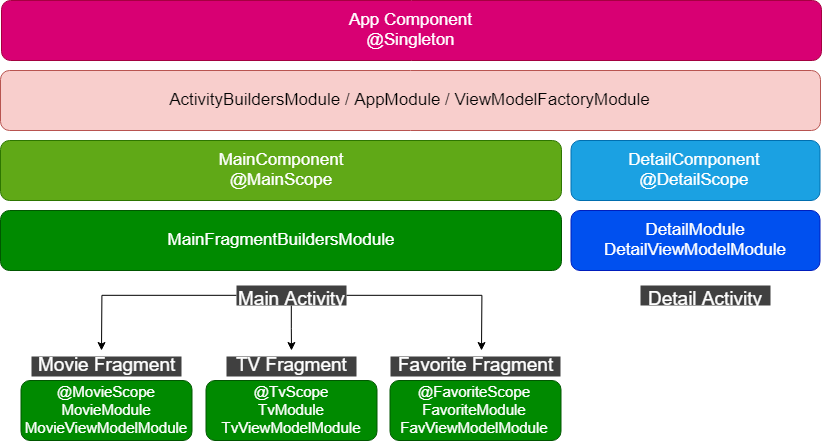
Above: Movie-CatalogueDaggerDiagram.png in andremw96/Movie-Catalogue (draw.io), before the change. Source tidied: cells renumbered, new cells last; positions are measured from the earlier drawing's top-left corner, leaving out a move shared by most shapes. Its diagram source:
```xml
<mxGraphModel>
  <root>
    <mxCell id="0" />
    <mxCell id="1" parent="0" />
    <mxCell id="2" value="App Component&lt;br style=&quot;font-size: 17px;&quot;&gt;@Singleton" style="rounded=1;whiteSpace=wrap;html=1;fillColor=#d80073;strokeColor=#A50040;fontColor=#ffffff;fontSize=17;" parent="1" vertex="1">
      <mxGeometry x="1" width="820" height="60" as="geometry" />
    </mxCell>
    <mxCell id="3" value="ActivityBuildersModule / AppModule / ViewModelFactoryModule" style="rounded=1;whiteSpace=wrap;html=1;fillColor=#f8cecc;strokeColor=#b85450;fontSize=17;fontColor=#030303;" parent="1" vertex="1">
      <mxGeometry y="70" width="820" height="60" as="geometry" />
    </mxCell>
    <mxCell id="4" value="MainComponent&lt;br&gt;@MainScope" style="rounded=1;whiteSpace=wrap;html=1;fillColor=#60a917;strokeColor=#2D7600;fontSize=17;fontColor=#ffffff;" parent="1" vertex="1">
      <mxGeometry y="140" width="561" height="60" as="geometry" />
    </mxCell>
    <mxCell id="5" value="MainFragmentBuildersModule" style="rounded=1;whiteSpace=wrap;html=1;fillColor=#008a00;strokeColor=#005700;fontSize=17;fontColor=#ffffff;" parent="1" vertex="1">
      <mxGeometry y="210" width="561" height="60" as="geometry" />
    </mxCell>
    <mxCell id="6" value="@MovieScope&lt;br style=&quot;font-size: 15px;&quot;&gt;MovieModule&lt;br style=&quot;font-size: 15px;&quot;&gt;MovieViewModelModule" style="rounded=1;whiteSpace=wrap;html=1;fontSize=15;fontColor=#ffffff;fillColor=#008a00;strokeColor=#005700;" parent="1" vertex="1">
      <mxGeometry x="20.5" y="380" width="171" height="60" as="geometry" />
    </mxCell>
    <mxCell id="7" style="edgeStyle=orthogonalEdgeStyle;rounded=0;jettySize=auto;html=1;fontSize=19;fontColor=#FFFFFF;" parent="1" edge="1" source="10">
      <mxGeometry relative="1" as="geometry">
        <mxPoint x="101" y="350" as="targetPoint" />
      </mxGeometry>
    </mxCell>
    <mxCell id="8" style="edgeStyle=orthogonalEdgeStyle;rounded=0;jettySize=auto;html=1;fontSize=19;fontColor=#FFFFFF;" parent="1" edge="1" source="10">
      <mxGeometry relative="1" as="geometry">
        <mxPoint x="291" y="350" as="targetPoint" />
      </mxGeometry>
    </mxCell>
    <mxCell id="9" style="edgeStyle=orthogonalEdgeStyle;rounded=0;jettySize=auto;html=1;fontSize=15;fontColor=#FFFFFF;" parent="1" edge="1" source="10">
      <mxGeometry relative="1" as="geometry">
        <mxPoint x="481" y="350" as="targetPoint" />
      </mxGeometry>
    </mxCell>
    <mxCell id="10" value="Main Activity" style="text;html=1;points=[];align=center;verticalAlign=top;spacingTop=-4;fontSize=19;fontColor=#FFFFFF;fillColor=#404040;" parent="1" vertex="1">
      <mxGeometry x="236" y="285" width="110" height="20" as="geometry" />
    </mxCell>
    <mxCell id="11" value="Movie Fragment" style="text;html=1;align=center;verticalAlign=middle;spacingTop=-4;fontSize=19;fontColor=#FFFFFF;fillColor=#404040;" parent="1" vertex="1">
      <mxGeometry x="31" y="356" width="150" height="20" as="geometry" />
    </mxCell>
    <mxCell id="12" value="TV Fragment" style="text;html=1;align=center;verticalAlign=middle;spacingTop=-4;fontSize=19;fontColor=#FFFFFF;fillColor=#404040;" parent="1" vertex="1">
      <mxGeometry x="226" y="356" width="130" height="20" as="geometry" />
    </mxCell>
    <mxCell id="13" value="Favorite Fragment" style="text;html=1;points=[];align=center;verticalAlign=middle;spacingTop=-4;fontSize=19;fontColor=#FFFFFF;fillColor=#404040;" parent="1" vertex="1">
      <mxGeometry x="390" y="356" width="170" height="20" as="geometry" />
    </mxCell>
    <mxCell id="14" value="@TvScope&lt;br style=&quot;font-size: 15px&quot;&gt;TvModule&lt;br style=&quot;font-size: 15px&quot;&gt;TvViewModelModule" style="rounded=1;whiteSpace=wrap;html=1;fontSize=15;fontColor=#ffffff;fillColor=#008a00;strokeColor=#005700;verticalAlign=middle;" parent="1" vertex="1">
      <mxGeometry x="205.5" y="380" width="171" height="60" as="geometry" />
    </mxCell>
    <mxCell id="15" value="@FavoriteScope&lt;br style=&quot;font-size: 15px&quot;&gt;FavoriteModule&lt;br style=&quot;font-size: 15px&quot;&gt;FavViewModelModule" style="rounded=1;whiteSpace=wrap;html=1;fontSize=15;fontColor=#ffffff;fillColor=#008a00;strokeColor=#005700;" parent="1" vertex="1">
      <mxGeometry x="389.5" y="380" width="171" height="60" as="geometry" />
    </mxCell>
    <mxCell id="16" value="DetailComponent&lt;br&gt;@DetailScope" style="rounded=1;whiteSpace=wrap;html=1;fillColor=#1ba1e2;strokeColor=#006EAF;fontSize=17;fontColor=#ffffff;" parent="1" vertex="1">
      <mxGeometry x="570.5" y="140" width="249" height="60" as="geometry" />
    </mxCell>
    <mxCell id="17" value="DetailModule&lt;br&gt;DetailViewModelModule" style="rounded=1;whiteSpace=wrap;html=1;fillColor=#0050ef;strokeColor=#001DBC;fontSize=17;fontColor=#ffffff;" parent="1" vertex="1">
      <mxGeometry x="570.5" y="210" width="249" height="60" as="geometry" />
    </mxCell>
    <mxCell id="18" value="Detail Activity" style="text;html=1;align=center;verticalAlign=top;spacingTop=-4;fontSize=19;fontColor=#FFFFFF;fillColor=#404040;" parent="1" vertex="1">
      <mxGeometry x="640" y="285" width="130" height="20" as="geometry" />
    </mxCell>
  </root>
</mxGraphModel>
```
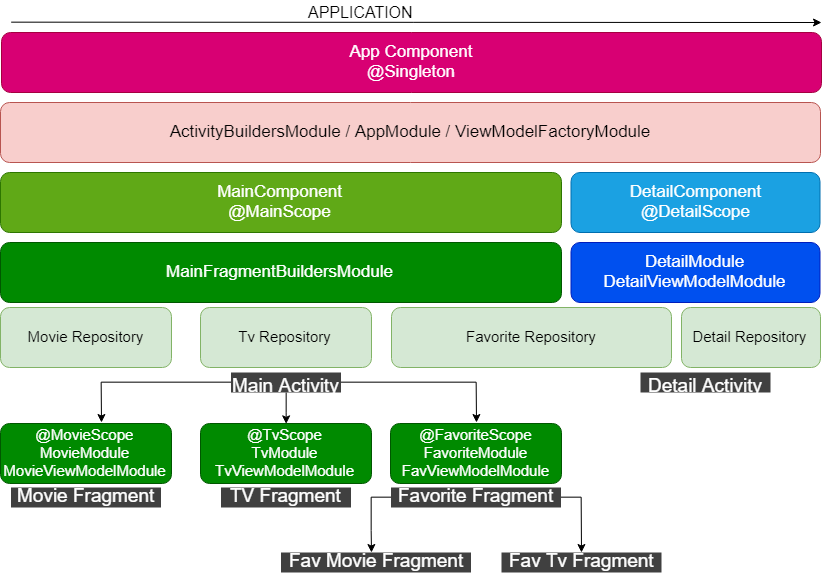
Above is the later version.

Change to the diagram source:
```diff
@@ -15,40 +15,48 @@
       <mxGeometry y="210" width="561" height="60" as="geometry" />
     </mxCell>
     <mxCell id="6" value="@MovieScope&lt;br style=&quot;font-size: 15px;&quot;&gt;MovieModule&lt;br style=&quot;font-size: 15px;&quot;&gt;MovieViewModelModule" style="rounded=1;whiteSpace=wrap;html=1;fontSize=15;fontColor=#ffffff;fillColor=#008a00;strokeColor=#005700;" parent="1" vertex="1">
-      <mxGeometry x="20.5" y="380" width="171" height="60" as="geometry" />
+      <mxGeometry y="391" width="171" height="60" as="geometry" />
     </mxCell>
     <mxCell id="7" style="edgeStyle=orthogonalEdgeStyle;rounded=0;jettySize=auto;html=1;fontSize=19;fontColor=#FFFFFF;" parent="1" edge="1" source="10">
       <mxGeometry relative="1" as="geometry">
-        <mxPoint x="101" y="350" as="targetPoint" />
+        <mxPoint x="101" y="390" as="targetPoint" />
       </mxGeometry>
     </mxCell>
-    <mxCell id="8" style="edgeStyle=orthogonalEdgeStyle;rounded=0;jettySize=auto;html=1;fontSize=19;fontColor=#FFFFFF;" parent="1" edge="1" source="10">
-      <mxGeometry relative="1" as="geometry">
-        <mxPoint x="291" y="350" as="targetPoint" />
-      </mxGeometry>
-    </mxCell>
     <mxCell id="9" style="edgeStyle=orthogonalEdgeStyle;rounded=0;jettySize=auto;html=1;fontSize=15;fontColor=#FFFFFF;" parent="1" edge="1" source="10">
       <mxGeometry relative="1" as="geometry">
-        <mxPoint x="481" y="350" as="targetPoint" />
+        <mxPoint x="476" y="390" as="targetPoint" />
       </mxGeometry>
     </mxCell>
+    <mxCell id="19" style="edgeStyle=orthogonalEdgeStyle;rounded=0;jettySize=auto;html=1;entryX=0.5;entryY=0;entryDx=0;entryDy=0;" parent="1" edge="1" source="10" target="14">
+      <mxGeometry relative="1" as="geometry" />
+    </mxCell>
     <mxCell id="10" value="Main Activity" style="text;html=1;points=[];align=center;verticalAlign=top;spacingTop=-4;fontSize=19;fontColor=#FFFFFF;fillColor=#404040;" parent="1" vertex="1">
-      <mxGeometry x="236" y="285" width="110" height="20" as="geometry" />
+      <mxGeometry x="230.5" y="340" width="110" height="20" as="geometry" />
     </mxCell>
     <mxCell id="11" value="Movie Fragment" style="text;html=1;align=center;verticalAlign=middle;spacingTop=-4;fontSize=19;fontColor=#FFFFFF;fillColor=#404040;" parent="1" vertex="1">
-      <mxGeometry x="31" y="356" width="150" height="20" as="geometry" />
+      <mxGeometry x="10.5" y="455" width="150" height="20" as="geometry" />
     </mxCell>
     <mxCell id="12" value="TV Fragment" style="text;html=1;align=center;verticalAlign=middle;spacingTop=-4;fontSize=19;fontColor=#FFFFFF;fillColor=#404040;" parent="1" vertex="1">
-      <mxGeometry x="226" y="356" width="130" height="20" as="geometry" />
+      <mxGeometry x="220.5" y="455" width="130" height="20" as="geometry" />
     </mxCell>
+    <mxCell id="20" style="edgeStyle=orthogonalEdgeStyle;rounded=0;jettySize=auto;html=1;" parent="1" edge="1" source="13">
+      <mxGeometry relative="1" as="geometry">
+        <mxPoint x="371" y="520" as="targetPoint" />
+      </mxGeometry>
+    </mxCell>
+    <mxCell id="21" style="edgeStyle=orthogonalEdgeStyle;rounded=0;jettySize=auto;html=1;" parent="1" edge="1" source="13">
+      <mxGeometry relative="1" as="geometry">
+        <mxPoint x="581" y="520" as="targetPoint" />
+      </mxGeometry>
+    </mxCell>
     <mxCell id="13" value="Favorite Fragment" style="text;html=1;points=[];align=center;verticalAlign=middle;spacingTop=-4;fontSize=19;fontColor=#FFFFFF;fillColor=#404040;" parent="1" vertex="1">
-      <mxGeometry x="390" y="356" width="170" height="20" as="geometry" />
+      <mxGeometry x="390.5" y="455" width="170" height="20" as="geometry" />
     </mxCell>
     <mxCell id="14" value="@TvScope&lt;br style=&quot;font-size: 15px&quot;&gt;TvModule&lt;br style=&quot;font-size: 15px&quot;&gt;TvViewModelModule" style="rounded=1;whiteSpace=wrap;html=1;fontSize=15;fontColor=#ffffff;fillColor=#008a00;strokeColor=#005700;verticalAlign=middle;" parent="1" vertex="1">
-      <mxGeometry x="205.5" y="380" width="171" height="60" as="geometry" />
+      <mxGeometry x="200" y="391" width="171" height="60" as="geometry" />
     </mxCell>
     <mxCell id="15" value="@FavoriteScope&lt;br style=&quot;font-size: 15px&quot;&gt;FavoriteModule&lt;br style=&quot;font-size: 15px&quot;&gt;FavViewModelModule" style="rounded=1;whiteSpace=wrap;html=1;fontSize=15;fontColor=#ffffff;fillColor=#008a00;strokeColor=#005700;" parent="1" vertex="1">
-      <mxGeometry x="389.5" y="380" width="171" height="60" as="geometry" />
+      <mxGeometry x="390" y="391" width="171" height="60" as="geometry" />
     </mxCell>
     <mxCell id="16" value="DetailComponent&lt;br&gt;@DetailScope" style="rounded=1;whiteSpace=wrap;html=1;fillColor=#1ba1e2;strokeColor=#006EAF;fontSize=17;fontColor=#ffffff;" parent="1" vertex="1">
       <mxGeometry x="570.5" y="140" width="249" height="60" as="geometry" />
@@ -57,7 +65,33 @@
       <mxGeometry x="570.5" y="210" width="249" height="60" as="geometry" />
     </mxCell>
     <mxCell id="18" value="Detail Activity" style="text;html=1;align=center;verticalAlign=top;spacingTop=-4;fontSize=19;fontColor=#FFFFFF;fillColor=#404040;" parent="1" vertex="1">
-      <mxGeometry x="640" y="285" width="130" height="20" as="geometry" />
+      <mxGeometry x="640" y="340" width="130" height="20" as="geometry" />
     </mxCell>
+    <mxCell id="22" value="Movie Repository" style="rounded=1;whiteSpace=wrap;html=1;fontSize=15;fillColor=#d5e8d4;strokeColor=#82b366;" parent="1" vertex="1">
+      <mxGeometry y="275" width="171" height="60" as="geometry" />
+    </mxCell>
+    <mxCell id="23" value="Tv Repository" style="rounded=1;whiteSpace=wrap;html=1;fontSize=15;fillColor=#d5e8d4;strokeColor=#82b366;" parent="1" vertex="1">
+      <mxGeometry x="200" y="275" width="171" height="60" as="geometry" />
+    </mxCell>
+    <mxCell id="24" value="Favorite Repository" style="rounded=1;whiteSpace=wrap;html=1;fontSize=15;fillColor=#d5e8d4;strokeColor=#82b366;" parent="1" vertex="1">
+      <mxGeometry x="391" y="275" width="280" height="60" as="geometry" />
+    </mxCell>
+    <mxCell id="25" value="Detail Repository" style="rounded=1;whiteSpace=wrap;html=1;fontSize=15;fillColor=#d5e8d4;strokeColor=#82b366;" parent="1" vertex="1">
+      <mxGeometry x="681" y="275" width="139" height="60" as="geometry" />
+    </mxCell>
+    <mxCell id="26" value="Fav Movie Fragment" style="text;html=1;align=center;verticalAlign=middle;spacingTop=-4;fontSize=19;fontColor=#FFFFFF;fillColor=#404040;" parent="1" vertex="1">
+      <mxGeometry x="280.5" y="520" width="190" height="20" as="geometry" />
+    </mxCell>
+    <mxCell id="27" value="Fav Tv Fragment" style="text;html=1;align=center;verticalAlign=middle;spacingTop=-4;fontSize=19;fontColor=#FFFFFF;fillColor=#404040;" parent="1" vertex="1">
+      <mxGeometry x="501" y="520" width="160" height="20" as="geometry" />
+    </mxCell>
+    <mxCell id="28" style="endArrow=classic;html=1;exitX=0.012;exitY=-0.167;exitDx=0;exitDy=0;exitPerimeter=0;" parent="1" edge="1" source="2">
+      <mxGeometry relative="1" as="geometry">
+        <mxPoint x="821" y="-10" as="targetPoint" />
+      </mxGeometry>
+    </mxCell>
+    <mxCell id="29" value="APPLICATION" style="text;html=1;align=left;verticalAlign=top;spacingTop=-4;fontSize=16;" parent="1" vertex="1">
+      <mxGeometry x="306" y="-32" width="90" height="20" as="geometry" />
+    </mxCell>
   </root>
 </mxGraphModel>
```
